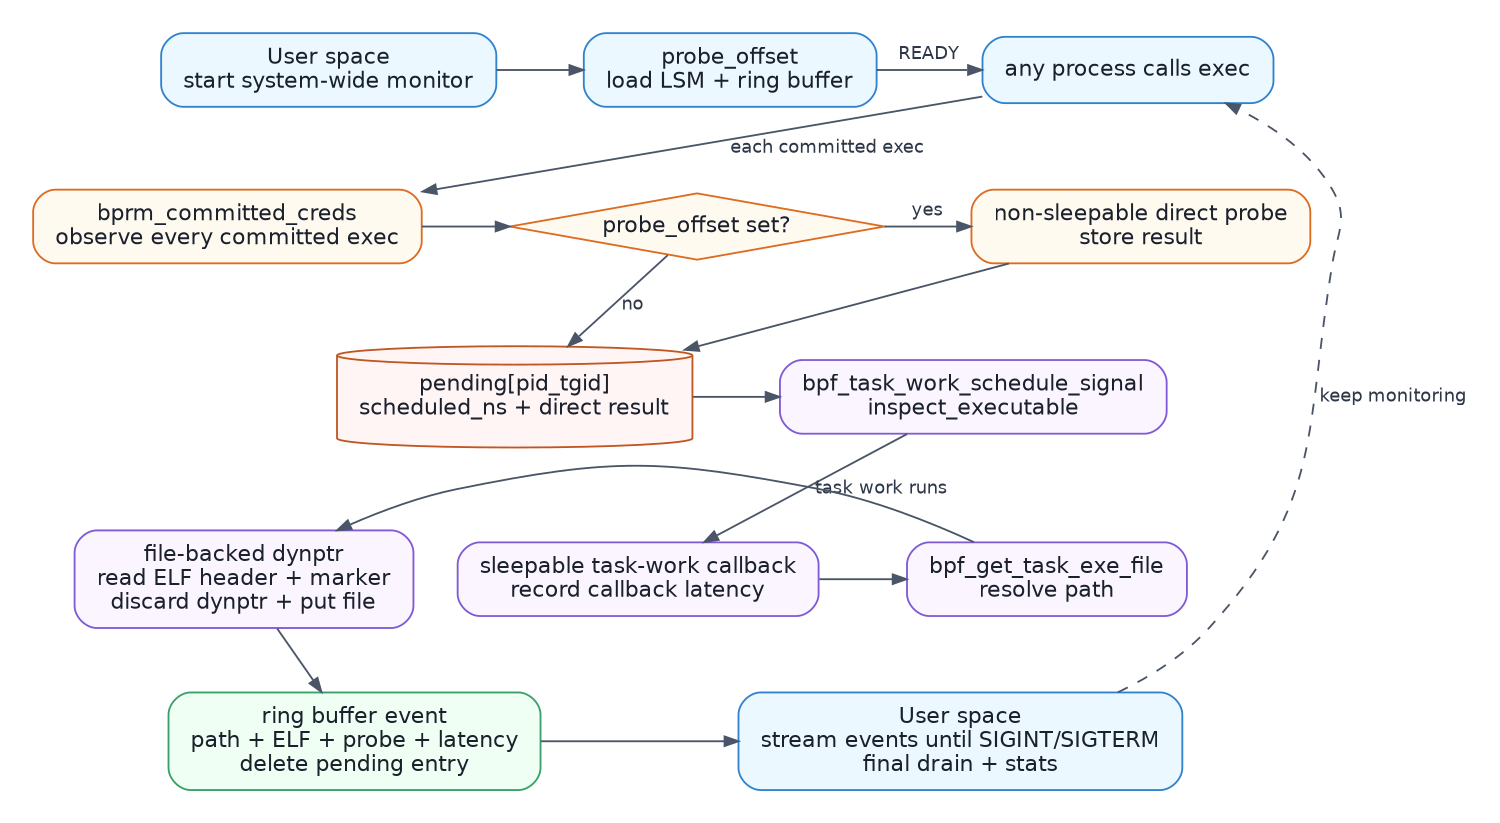
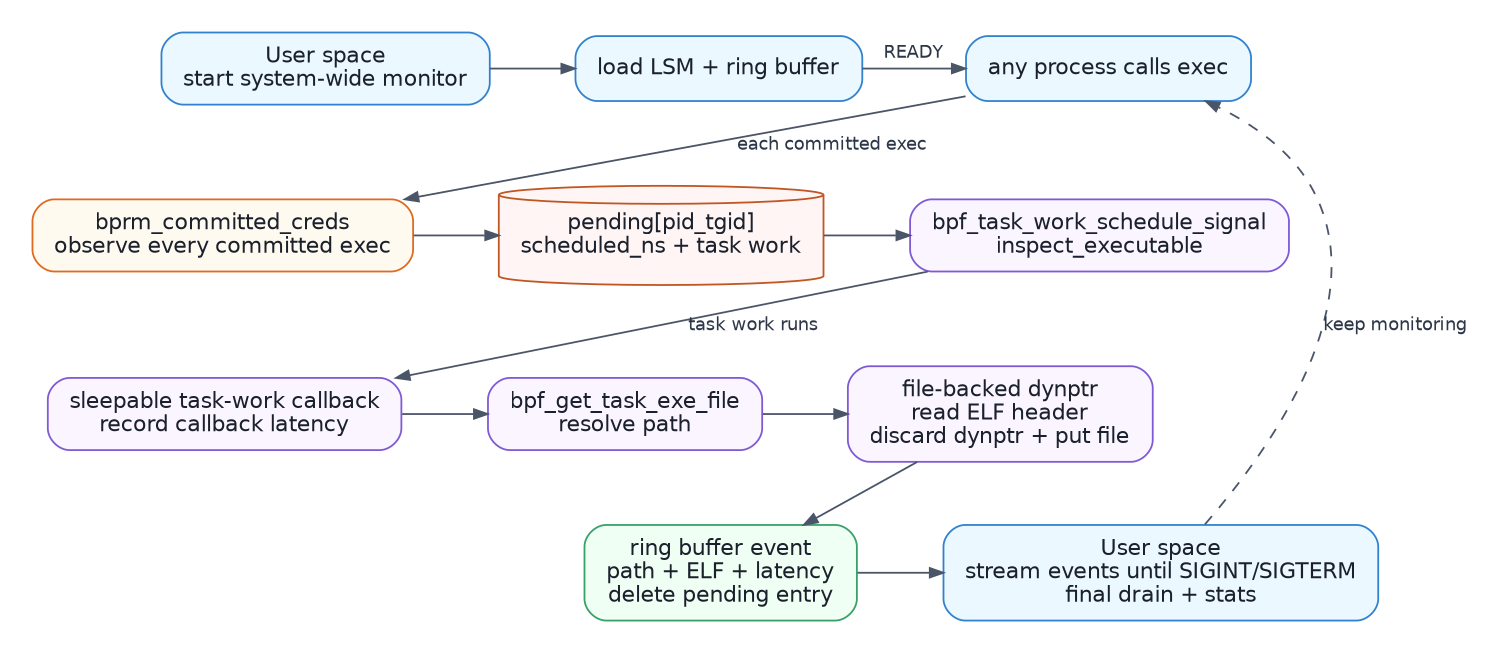
digraph exec_image_flow {
  graph [
    rankdir=TB,
    bgcolor="white",
    pad="0.25",
    nodesep="0.34",
    ranksep="0.46",
    splines=spline,
    size="10,7.5",
    ratio=compress,
    newrank=true,
    fontname="DejaVu Sans"
  ];
  node [
    shape=box,
    style="rounded,filled",
    fillcolor="#F7FAFC",
    color="#4A5568",
    fontcolor="#1A202C",
    fontname="DejaVu Sans",
    fontsize=12,
    margin="0.16,0.10"
  ];
  edge [
    color="#4A5568",
    fontcolor="#2D3748",
    fontname="DejaVu Sans",
    fontsize=10,
    arrowsize=0.75
  ];

  start [
    label="User space\nstart system-wide monitor",
    fillcolor="#EBF8FF",
    color="#3182CE"
  ];
  prepare [
-     label="probe_offset\nload LSM + ring buffer",
+     label="load LSM + ring buffer",
    fillcolor="#EBF8FF",
    color="#3182CE"
  ];
  exec [
    label="any process calls exec",
    fillcolor="#EBF8FF",
    color="#3182CE"
  ];
  hook [
    label="bprm_committed_creds\nobserve every committed exec",
    fillcolor="#FFFAF0",
    color="#DD6B20"
  ];
-   probe [
-     label="probe_offset set?",
-     shape=diamond,
-     style="filled",
-     fillcolor="#FFFAF0",
-     color="#DD6B20",
-     margin="0.10,0.05"
-   ];
-   direct [
-     label="non-sleepable direct probe\nstore result",
-     fillcolor="#FFFAF0",
-     color="#DD6B20"
-   ];
  pending [
-     label="pending[pid_tgid]\nscheduled_ns + direct result",
+     label="pending[pid_tgid]\nscheduled_ns + task work",
    shape=cylinder,
    fillcolor="#FFF5F5",
    color="#C05621"
  ];
  schedule [
    label="bpf_task_work_schedule_signal\ninspect_executable",
    fillcolor="#FAF5FF",
    color="#805AD5"
  ];
  callback [
    label="sleepable task-work callback\nrecord callback latency",
    fillcolor="#FAF5FF",
    color="#805AD5"
  ];
  file [
    label="bpf_get_task_exe_file\nresolve path",
    fillcolor="#FAF5FF",
    color="#805AD5"
  ];
  read [
-     label="file-backed dynptr\nread ELF header + marker\ndiscard dynptr + put file",
+     label="file-backed dynptr\nread ELF header\ndiscard dynptr + put file",
    fillcolor="#FAF5FF",
    color="#805AD5"
  ];
  event [
-     label="ring buffer event\npath + ELF + probe + latency\ndelete pending entry",
+     label="ring buffer event\npath + ELF + latency\ndelete pending entry",
    fillcolor="#F0FFF4",
    color="#38A169"
  ];
  collect [
    label="User space\nstream events until SIGINT/SIGTERM\nfinal drain + stats",
    fillcolor="#EBF8FF",
    color="#3182CE"
  ];

  { rank=same; start; prepare; exec; }
-   { rank=same; hook; probe; direct; }
-   { rank=same; pending; schedule; }
+   { rank=same; hook; pending; schedule; }
  { rank=same; callback; file; read; }
  { rank=same; event; collect; }

  start -> prepare;
  prepare -> exec [label="READY"];
  exec -> hook [label="each committed exec"];
-   hook -> probe;
-   probe -> direct [label="yes"];
-   probe -> pending [label="no"];
-   direct -> pending;
+   hook -> pending;
  pending -> schedule;
  schedule -> callback [label="task work runs"];
  callback -> file;
  file -> read;
  read -> event;
  event -> collect;
  collect -> exec [label="keep monitoring", style=dashed];
}
